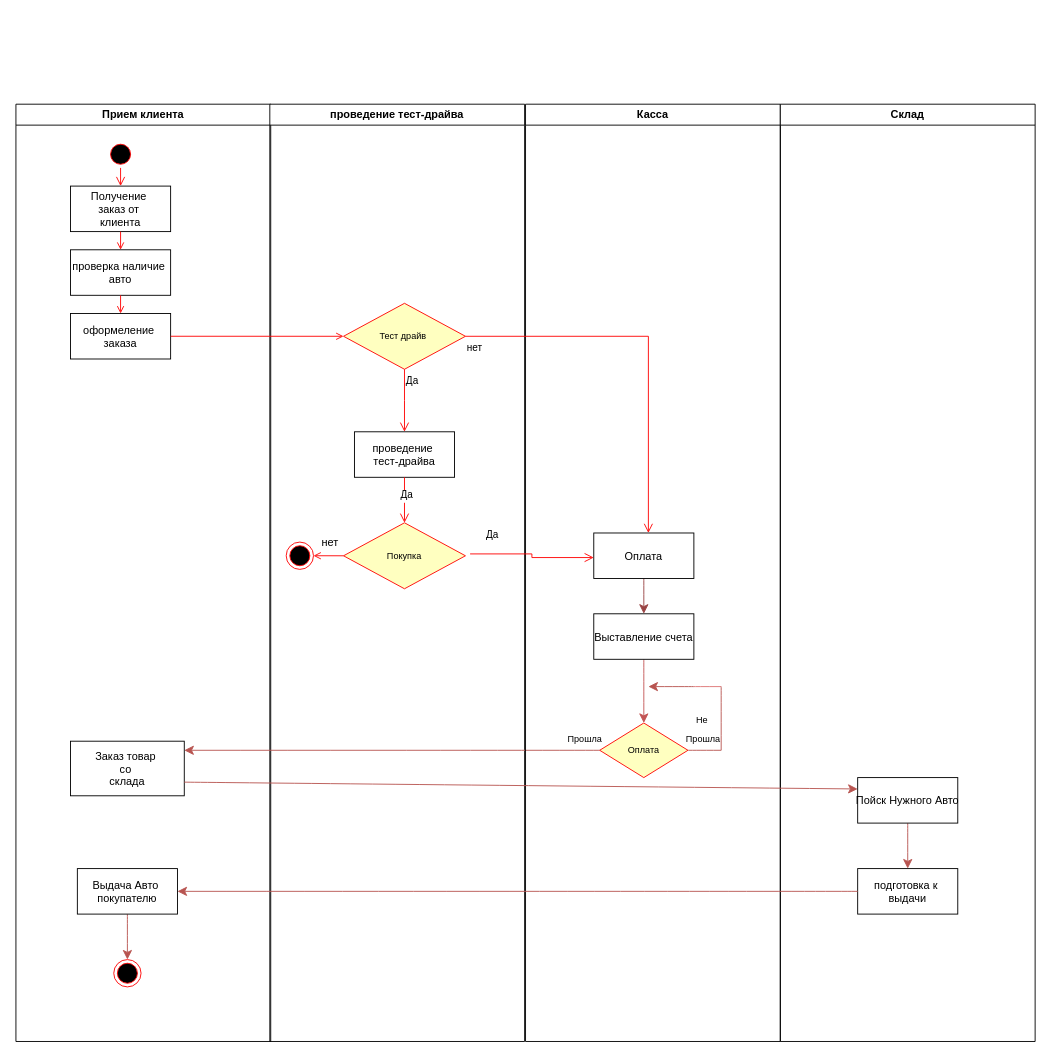
Before: page "Page-1" (1 of 2) of akmis_6th_diagram_activity.drawio in mati-tech/draw.io, a draw.io diagram. Source tidied: cells renumbered, new cells numbered last; positions are measured from the earlier drawing's top-left corner, leaving out a move shared by most shapes. Both pictures are drawn from the tidied source at 91%, with x=0, y=0 at pixel (15, 104).
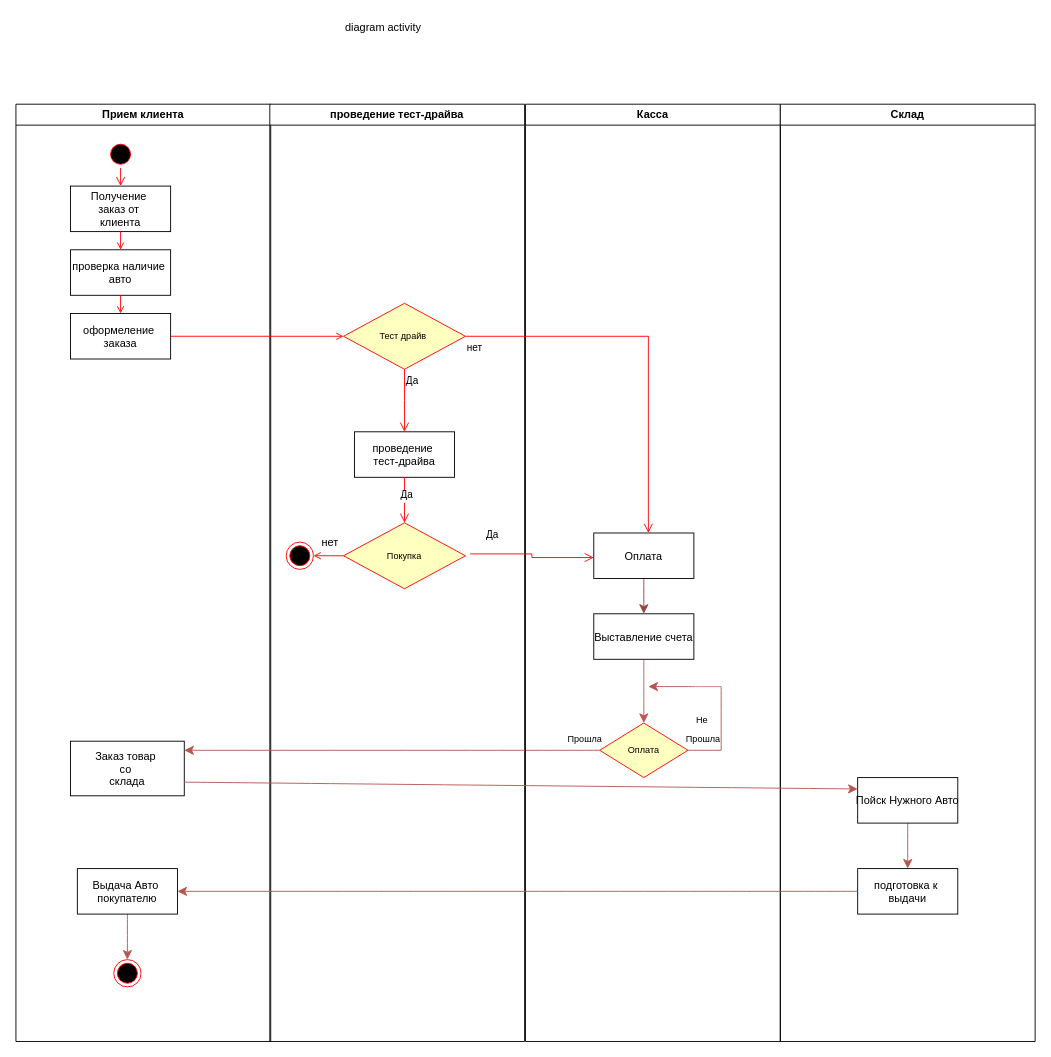
The same diagram, later.

Diff of the diagram source:
```diff
@@
+    <mxCell id="45" value="diagram activity&amp;nbsp;&lt;div&gt;&lt;br&gt;&lt;/div&gt;" style="text;html=1;align=center;verticalAlign=middle;strokeColor=none;fillColor=none;" parent="1" vertex="1">
+      <mxGeometry x="350" y="-97" width="110" height="40" as="geometry" />
+    </mxCell>
```
